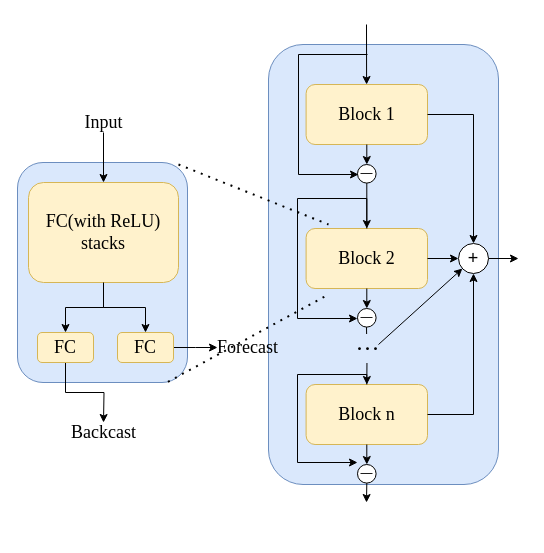
Before: DRS.drawio in jianqing666/figs, a draw.io diagram. Source tidied: cells renumbered, new cells numbered last; positions are measured from the earlier drawing's top-left corner, leaving out a move shared by most shapes. Both pictures are drawn from the tidied source at 100%, with x=0, y=0 at pixel (17, 24).
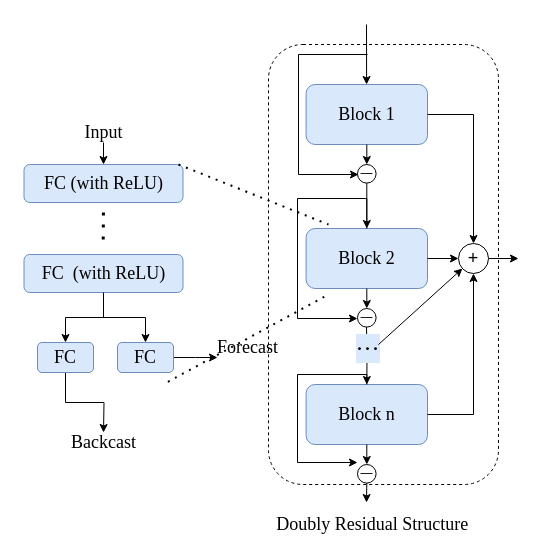
The same diagram, later.

The change refers to these unchanged cells:
```xml
<mxCell id="18" style="group;" parent="17" vertex="1">
  <mxGeometry width="140" height="144" as="geometry" />
</mxCell>
<mxCell id="26" style="group;" parent="25" vertex="1">
  <mxGeometry width="140" height="144" as="geometry" />
</mxCell>
<mxCell id="33" style="group;" parent="32" vertex="1">
  <mxGeometry width="140" height="144" as="geometry" />
</mxCell>
```

Change to the diagram source:
```diff
@@
-    <mxCell id="2" style="rounded=1;whiteSpace=wrap;html=1;fillColor=#dae8fc;strokeColor=#6c8ebf;" parent="1" vertex="1">
+    <mxCell id="2" style="rounded=1;whiteSpace=wrap;html=1;dashed=1;" parent="1" vertex="1">
       <mxGeometry x="251" y="20" width="230" height="440" as="geometry" />
     </mxCell>
     <mxCell id="3" style="group;" parent="1" vertex="1">
-      <mxGeometry y="70" width="366" height="410" as="geometry" />
+      <mxGeometry y="80" width="366" height="410" as="geometry" />
     </mxCell>
-    <mxCell id="4" style="rounded=1;whiteSpace=wrap;html=1;fillColor=#dae8fc;strokeColor=#6c8ebf;" parent="3" vertex="1">
-      <mxGeometry y="68" width="170" height="220" as="geometry" />
-    </mxCell>
@@
-    <mxCell id="6" value="&lt;font style=&quot;font-size: 18px&quot; face=&quot;Times New Roman&quot;&gt;FC(with ReLU)&lt;br&gt;stacks&lt;/font&gt;" style="rounded=1;whiteSpace=wrap;html=1;fillColor=#fff2cc;strokeColor=#d6b656;" parent="3" vertex="1">
-      <mxGeometry x="11" y="88" width="150" height="100" as="geometry" />
+    <mxCell id="6" value="&lt;font style=&quot;font-size: 18px&quot; face=&quot;Times New Roman&quot;&gt;FC&amp;nbsp;&lt;/font&gt;&lt;span style=&quot;font-family: &amp;#34;times new roman&amp;#34; ; font-size: 18px&quot;&gt;&amp;nbsp;(with ReLU)&lt;/span&gt;" style="rounded=1;whiteSpace=wrap;html=1;fillColor=#dae8fc;strokeColor=#6c8ebf;" parent="3" vertex="1">
+      <mxGeometry x="6.5" y="150" width="159" height="38" as="geometry" />
     </mxCell>
@@
-    <mxCell id="8" value="&lt;font style=&quot;font-size: 18px&quot; face=&quot;Times New Roman&quot;&gt;FC&lt;/font&gt;" style="rounded=1;whiteSpace=wrap;html=1;fillColor=#fff2cc;strokeColor=#d6b656;" parent="3" vertex="1">
+    <mxCell id="8" value="&lt;font style=&quot;font-size: 18px&quot; face=&quot;Times New Roman&quot;&gt;FC&lt;/font&gt;" style="rounded=1;whiteSpace=wrap;html=1;fillColor=#dae8fc;strokeColor=#6c8ebf;" parent="3" vertex="1">
       <mxGeometry x="20" y="238" width="56" height="30" as="geometry" />
     </mxCell>
@@
-    <mxCell id="11" style="endArrow=classic;html=1;entryX=0.5;entryY=0;entryDx=0;entryDy=0;" parent="3" edge="1" target="6">
+    <mxCell id="11" style="endArrow=classic;html=1;" parent="3" edge="1">
       <mxGeometry relative="1" as="geometry">
         <mxPoint x="86" y="38" as="sourcePoint" />
+        <mxPoint x="86" y="60" as="targetPoint" />
       </mxGeometry>
     </mxCell>
@@
-    <mxCell id="15" value="&lt;font style=&quot;font-size: 18px&quot; face=&quot;Times New Roman&quot;&gt;FC&lt;/font&gt;" style="rounded=1;whiteSpace=wrap;html=1;fillColor=#fff2cc;strokeColor=#d6b656;" parent="3" vertex="1">
+    <mxCell id="15" value="&lt;font style=&quot;font-size: 18px&quot; face=&quot;Times New Roman&quot;&gt;FC&lt;/font&gt;" style="rounded=1;whiteSpace=wrap;html=1;fillColor=#dae8fc;strokeColor=#6c8ebf;" parent="3" vertex="1">
       <mxGeometry x="100" y="238" width="56" height="30" as="geometry" />
     </mxCell>
+    <mxCell id="53" value="&lt;font style=&quot;font-size: 18px&quot; face=&quot;Times New Roman&quot;&gt;FC (with ReLU)&lt;/font&gt;" style="rounded=1;whiteSpace=wrap;html=1;fillColor=#dae8fc;strokeColor=#6c8ebf;" parent="3" vertex="1">
+      <mxGeometry x="6.5" y="60" width="159" height="38" as="geometry" />
+    </mxCell>
+    <mxCell id="54" value="&lt;font face=&quot;Times New Roman&quot;&gt;&lt;span style=&quot;font-size: 18px&quot;&gt;&lt;br&gt;&lt;/span&gt;&lt;/font&gt;" style="text;html=1;align=center;verticalAlign=middle;" parent="3" vertex="1">
+      <mxGeometry x="76" y="110" width="20" height="20" as="geometry" />
+    </mxCell>
+    <mxCell id="55" style="endArrow=none;dashed=1;html=1;dashPattern=1 3;strokeWidth=3;rounded=0;" parent="3" edge="1">
+      <mxGeometry relative="1" as="geometry">
+        <mxPoint x="85.7" y="135" as="sourcePoint" />
+        <mxPoint x="86" y="100" as="targetPoint" />
+      </mxGeometry>
+    </mxCell>
     <mxCell id="16" style="group;" parent="1" vertex="1">
-      <mxGeometry x="260" y="320" width="150" height="184" as="geometry" />
+      <mxGeometry x="260" y="320" width="194.3" height="190" as="geometry" />
     </mxCell>
@@
-    <mxCell id="19" value="&lt;font style=&quot;font-size: 18px&quot; face=&quot;Times New Roman&quot;&gt;Block n&lt;/font&gt;" style="rounded=1;whiteSpace=wrap;html=1;fillColor=#fff2cc;strokeColor=#d6b656;" parent="18" vertex="1">
+    <mxCell id="19" value="&lt;font style=&quot;font-size: 18px&quot; face=&quot;Times New Roman&quot;&gt;Block n&lt;/font&gt;" style="rounded=1;whiteSpace=wrap;html=1;fillColor=#dae8fc;strokeColor=#6c8ebf;" parent="18" vertex="1">
       <mxGeometry x="18.6" y="20" width="121.4" height="60" as="geometry" />
     </mxCell>
@@
+    <mxCell id="56" value="&lt;font face=&quot;Times New Roman&quot;&gt;&lt;span style=&quot;font-size: 18px&quot;&gt;Doubly Residual Structure&amp;nbsp;&lt;/span&gt;&lt;/font&gt;" style="text;html=1;align=center;verticalAlign=middle;" parent="16" vertex="1">
+      <mxGeometry x="-7.8" y="170" width="210" height="20" as="geometry" />
+    </mxCell>
@@
-    <mxCell id="27" value="&lt;font style=&quot;font-size: 18px&quot; face=&quot;Times New Roman&quot;&gt;Block 2&lt;/font&gt;" style="rounded=1;whiteSpace=wrap;html=1;fillColor=#fff2cc;strokeColor=#d6b656;" parent="26" vertex="1">
+    <mxCell id="27" value="&lt;font style=&quot;font-size: 18px&quot; face=&quot;Times New Roman&quot;&gt;Block 2&lt;/font&gt;" style="rounded=1;whiteSpace=wrap;html=1;fillColor=#dae8fc;strokeColor=#6c8ebf;" parent="26" vertex="1">
       <mxGeometry x="18.6" y="20" width="121.4" height="60" as="geometry" />
     </mxCell>
@@
-    <mxCell id="34" value="&lt;font style=&quot;font-size: 18px&quot; face=&quot;Times New Roman&quot;&gt;Block 1&lt;/font&gt;" style="rounded=1;whiteSpace=wrap;html=1;fillColor=#fff2cc;strokeColor=#d6b656;" parent="33" vertex="1">
+    <mxCell id="34" value="&lt;font style=&quot;font-size: 18px&quot; face=&quot;Times New Roman&quot;&gt;Block 1&lt;/font&gt;" style="rounded=1;whiteSpace=wrap;html=1;fillColor=#dae8fc;strokeColor=#6c8ebf;" parent="33" vertex="1">
       <mxGeometry x="18.6" y="20" width="121.4" height="60" as="geometry" />
     </mxCell>
@@
-    <mxCell id="50" style="endArrow=none;dashed=1;html=1;dashPattern=1 3;strokeWidth=2;exitX=0.947;exitY=0.009;exitDx=0;exitDy=0;exitPerimeter=0;" parent="1" edge="1" source="4">
+    <mxCell id="50" style="endArrow=none;dashed=1;html=1;dashPattern=1 3;strokeWidth=2;exitX=0.947;exitY=0.009;exitDx=0;exitDy=0;exitPerimeter=0;" parent="1" edge="1">
       <mxGeometry relative="1" as="geometry">
+        <mxPoint x="161" y="140" as="sourcePoint" />
         <mxPoint x="311" y="200" as="targetPoint" />
       </mxGeometry>
     </mxCell>
-    <mxCell id="51" style="endArrow=none;dashed=1;html=1;dashPattern=1 3;strokeWidth=2;exitX=0.885;exitY=0.997;exitDx=0;exitDy=0;exitPerimeter=0;" parent="1" edge="1" source="4">
+    <mxCell id="51" style="endArrow=none;dashed=1;html=1;dashPattern=1 3;strokeWidth=2;exitX=0.885;exitY=0.997;exitDx=0;exitDy=0;exitPerimeter=0;" parent="1" edge="1">
       <mxGeometry relative="1" as="geometry">
+        <mxPoint x="150.4" y="357.3" as="sourcePoint" />
         <mxPoint x="311" y="270" as="targetPoint" />
       </mxGeometry>
     </mxCell>
```
